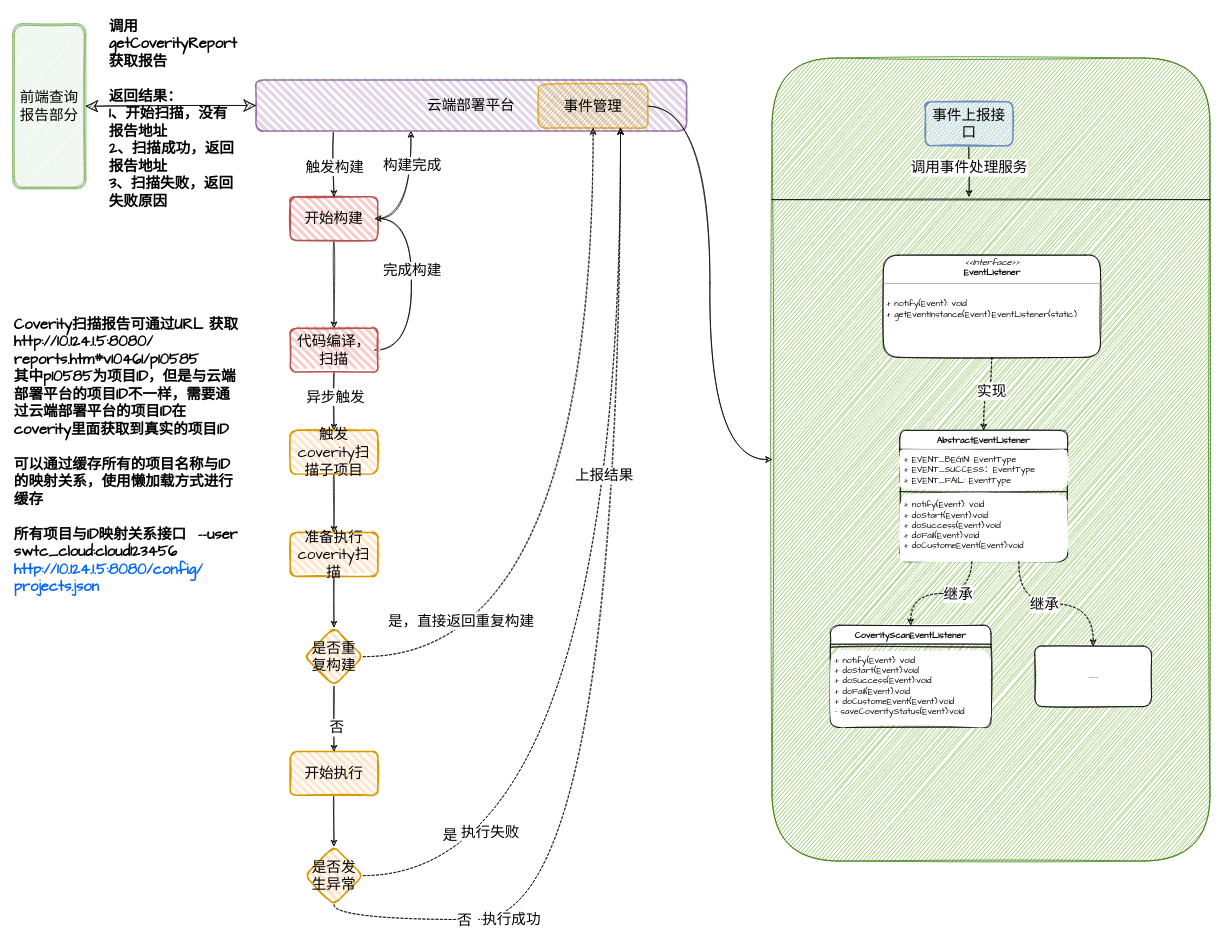
Earlier version of the draw.io diagram 展示corvity报告.drawio (jenkinZhou/online-face). Source tidied: cells renumbered, new cells numbered last; positions are measured from the earlier drawing's top-left corner, leaving out a move shared by most shapes. Both pictures are drawn from the tidied source at 73%, with x=0, y=0 at pixel (12, 12).
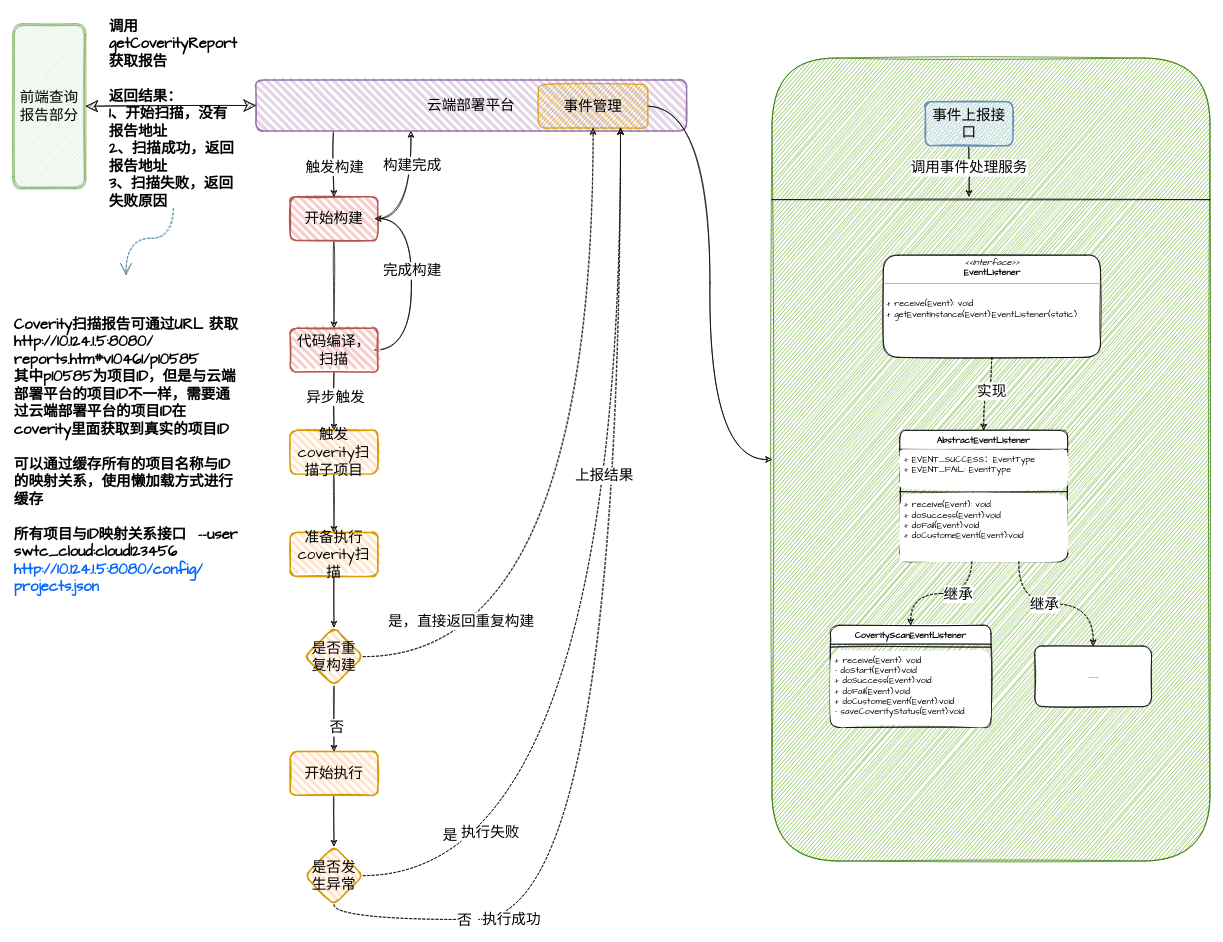
The same diagram, later.

Commit message:
更新展示corvity报告.drawio

Unchanged cells that the change refers to:
```xml
<mxCell id="2" value="Coverity扫描报告可通过URL 获取&lt;br style=&quot;font-size: 20px;&quot;&gt;http://10.124.1.5:8080/&lt;br style=&quot;font-size: 20px;&quot;&gt;reports.htm#v10461/p10585&lt;br style=&quot;font-size: 20px;&quot;&gt;其中p10585为项目ID，但是与云端部署平台的项目ID不一样，需要通过云端部署平台的项目ID在coverity里面获取到真实的项目ID&lt;br style=&quot;font-size: 20px;&quot;&gt;&lt;br style=&quot;font-size: 20px;&quot;&gt;可以通过缓存所有的项目名称与ID的映射关系，使用懒加载方式进行缓存&lt;br style=&quot;font-size: 20px;&quot;&gt;&lt;br style=&quot;font-size: 20px;&quot;&gt;所有项目与ID映射关系接口&amp;nbsp;&amp;nbsp;--user swtc_cloud:cloud123456&lt;br style=&quot;font-size: 20px;&quot;&gt;&lt;a style=&quot;margin: 0px; padding: 0px; box-sizing: border-box; background-color: rgb(255, 255, 255); font-size: 20px; color: rgb(0, 102, 255);&quot; target=&quot;_blank&quot;&gt;http://10.124.1.5:8080/config/&lt;br style=&quot;font-size: 20px;&quot;&gt;projects.json&lt;br style=&quot;font-size: 20px;&quot;&gt;&lt;br style=&quot;font-size: 20px;&quot;&gt;&lt;/a&gt;" style="text;html=1;strokeColor=none;fillColor=none;align=left;verticalAlign=middle;rounded=1;fontFamily=Comic Sans MS;sketch=1;fontSize=20;whiteSpace=wrap;fontStyle=1;" parent="1" vertex="1">
  <mxGeometry y="367.5" width="310" height="500" as="geometry" />
</mxCell>
<mxCell id="40" value="AbstractEventListener" style="swimlane;fontStyle=1;align=center;verticalAlign=top;horizontal=1;startSize=26;fontFamily=Comic Sans MS;rounded=1;sketch=1;" parent="1" vertex="1">
  <mxGeometry x="1215" y="572" width="230" height="180" as="geometry" />
</mxCell>
<mxCell id="47" value="CoverityScanEventListener" style="swimlane;fontStyle=1;align=center;verticalAlign=top;horizontal=1;startSize=26;fontFamily=Comic Sans MS;rounded=1;sketch=1;" parent="1" vertex="1">
  <mxGeometry x="1120" y="839" width="220" height="140" as="geometry" />
</mxCell>
<mxCell id="58" value="&lt;font style=&quot;font-size: 20px;&quot;&gt;调用getCoverityReport获取报告&lt;br style=&quot;font-size: 20px;&quot;&gt;&lt;br style=&quot;font-size: 20px;&quot;&gt;返回结果：&lt;br style=&quot;font-size: 20px;&quot;&gt;1、开始扫描，没有报告地址&lt;br style=&quot;font-size: 20px;&quot;&gt;2、扫描成功，返回报告地址&lt;br style=&quot;font-size: 20px;&quot;&gt;3、扫描失败，返回失败原因&lt;/font&gt;" style="text;html=1;strokeColor=none;fillColor=none;align=left;verticalAlign=top;whiteSpace=wrap;rounded=0;sketch=1;hachureGap=4;fontFamily=Architects Daughter;fontSize=20;fontStyle=1;" parent="1" vertex="1">
  <mxGeometry x="130" width="180" height="260" as="geometry" />
</mxCell>
```

What changed in the source:
```diff
@@
-    <mxCell id="41" value="+ EVENT_BEGIN: EventType&#10;+ EVENT_SUCCESS：EventType&#10;+ EVENT_FAIL: EventType&#10;" style="text;align=left;verticalAlign=top;spacingLeft=4;spacingRight=4;overflow=hidden;fontFamily=Comic Sans MS;rounded=1;sketch=1;fillColor=default;" parent="40" vertex="1">
+    <mxCell id="41" value="+ EVENT_SUCCESS：EventType&#10;+ EVENT_FAIL: EventType&#10;" style="text;align=left;verticalAlign=top;spacingLeft=4;spacingRight=4;overflow=hidden;fontFamily=Comic Sans MS;rounded=1;sketch=1;fillColor=default;" parent="40" vertex="1">
       <mxGeometry y="26" width="230" height="54" as="geometry" />
     </mxCell>
@@
-    <mxCell id="43" value="+ notify(Event): void&#10;+ doStart(Event):void&#10;+ doSuccess(Event):void&#10;+ doFail(Event):void&#10;+ doCustomeEvent(Event):void" style="text;align=left;verticalAlign=top;spacingLeft=4;spacingRight=4;overflow=hidden;points=[[0,0.5,0,0,0],[0.14,1,0,0,0],[0.29,1,0,0,0],[0.43,1,0,0,0],[0.57,1,0,0,0],[0.71,1,0,0,0],[0.86,1,0,0,0],[1,0.5,0,0,0]];portConstraint=eastwest;fontFamily=Comic Sans MS;rounded=1;sketch=1;fillColor=default;" parent="40" vertex="1">
+    <mxCell id="43" value="+ receive(Event): void&#10;+ doSuccess(Event):void&#10;+ doFail(Event):void&#10;+ doCustomeEvent(Event):void" style="text;align=left;verticalAlign=top;spacingLeft=4;spacingRight=4;overflow=hidden;points=[[0,0.5,0,0,0],[0.14,1,0,0,0],[0.29,1,0,0,0],[0.43,1,0,0,0],[0.57,1,0,0,0],[0.71,1,0,0,0],[0.86,1,0,0,0],[1,0.5,0,0,0]];portConstraint=eastwest;fontFamily=Comic Sans MS;rounded=1;sketch=1;fillColor=default;" parent="40" vertex="1">
       <mxGeometry y="88" width="230" height="92" as="geometry" />
     </mxCell>
@@
-    <mxCell id="46" value="&lt;p style=&quot;margin:0px;margin-top:4px;text-align:center;&quot;&gt;&lt;i&gt;&amp;lt;&amp;lt;Interface&amp;gt;&amp;gt;&lt;/i&gt;&lt;br&gt;&lt;b&gt;EventListener&lt;/b&gt;&lt;/p&gt;&lt;hr size=&quot;1&quot;&gt;&lt;p style=&quot;margin:0px;margin-left:4px;&quot;&gt;&lt;br&gt;&lt;/p&gt;&lt;p style=&quot;margin:0px;margin-left:4px;&quot;&gt;+ notify(Event): void&lt;/p&gt;&lt;p style=&quot;margin:0px;margin-left:4px;&quot;&gt;+ getEventInstance(Event):EventListener(static)&lt;br&gt;&lt;br&gt;&lt;/p&gt;" style="verticalAlign=top;align=left;overflow=fill;fontSize=12;fontFamily=Comic Sans MS;html=1;rounded=1;sketch=1;" parent="1" vertex="1">
+    <mxCell id="46" value="&lt;p style=&quot;margin:0px;margin-top:4px;text-align:center;&quot;&gt;&lt;i&gt;&amp;lt;&amp;lt;Interface&amp;gt;&amp;gt;&lt;/i&gt;&lt;br&gt;&lt;b&gt;EventListener&lt;/b&gt;&lt;/p&gt;&lt;hr size=&quot;1&quot;&gt;&lt;p style=&quot;margin:0px;margin-left:4px;&quot;&gt;&lt;br&gt;&lt;/p&gt;&lt;p style=&quot;margin:0px;margin-left:4px;&quot;&gt;+ receive(Event): void&lt;/p&gt;&lt;p style=&quot;margin:0px;margin-left:4px;&quot;&gt;+ getEventInstance(Event):EventListener(static)&lt;br&gt;&lt;br&gt;&lt;/p&gt;" style="verticalAlign=top;align=left;overflow=fill;fontSize=12;fontFamily=Comic Sans MS;html=1;rounded=1;sketch=1;" parent="1" vertex="1">
       <mxGeometry x="1192.5" y="332" width="297.5" height="140" as="geometry" />
     </mxCell>
@@
-    <mxCell id="49" value="+ notify(Event): void&#10;+ doStart(Event):void&#10;+ doSuccess(Event):void&#10;+ doFail(Event):void&#10;+ doCustomeEvent(Event):void&#10;- saveCoverityStatus(Event):void" style="text;align=left;verticalAlign=top;spacingLeft=4;spacingRight=4;overflow=hidden;fontFamily=Comic Sans MS;rounded=1;sketch=1;fillColor=default;" parent="47" vertex="1">
+    <mxCell id="49" value="+ receive(Event): void&#10;- doStart(Event):void&#10;+ doSuccess(Event):void&#10;+ doFail(Event):void&#10;+ doCustomeEvent(Event):void&#10;- saveCoverityStatus(Event):void" style="text;align=left;verticalAlign=top;spacingLeft=4;spacingRight=4;overflow=hidden;fontFamily=Comic Sans MS;rounded=1;sketch=1;fillColor=default;" parent="47" vertex="1">
       <mxGeometry y="34" width="220" height="106" as="geometry" />
     </mxCell>
@@
+    <mxCell id="59" style="edgeStyle=orthogonalEdgeStyle;curved=1;rounded=0;sketch=1;hachureGap=4;jettySize=auto;html=1;fontFamily=Architects Daughter;fontSize=20;fontColor=#1D3557;endArrow=open;startSize=14;endSize=14;sourcePerimeterSpacing=8;targetPerimeterSpacing=8;strokeColor=#457B9D;fillColor=#A8DADC;dashed=1;" parent="1" edge="1" source="58" target="2">
+      <mxGeometry relative="1" as="geometry" />
+    </mxCell>
```
